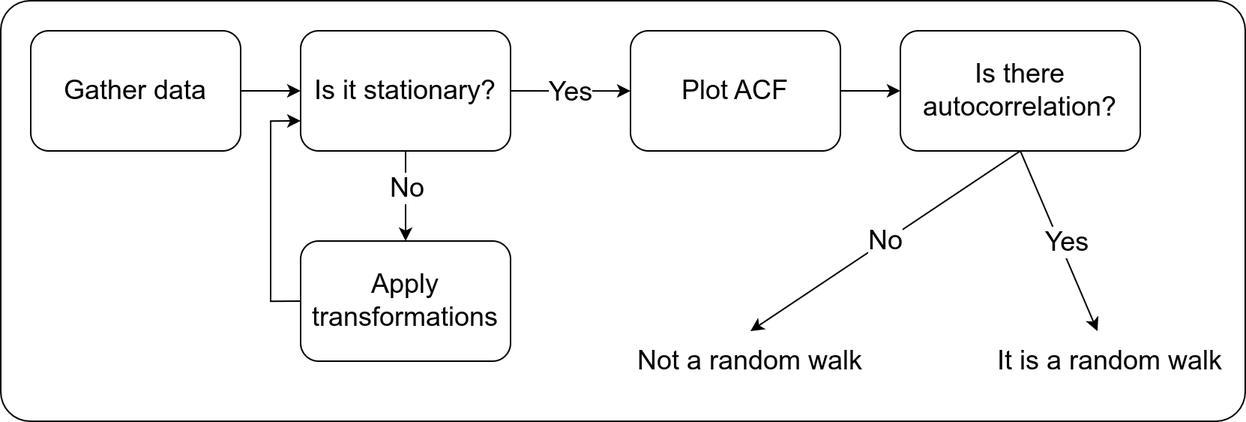
LugoBlogger/SI-201-542-forecasting-technique keeps this draw.io diagram as figures/identify-stationary.drawio.png. Above is the earlier version. Source tidied: cells renumbered, new cells last; positions are measured from the earlier drawing's top-left corner, leaving out a move shared by most shapes. Its diagram source:
```xml
<mxGraphModel>
  <root>
    <mxCell id="0" />
    <mxCell id="1" parent="0" />
    <mxCell id="2" style="edgeStyle=orthogonalEdgeStyle;rounded=0;jettySize=auto;html=1;exitX=1;exitY=0.5;exitDx=0;exitDy=0;entryX=0;entryY=0.5;entryDx=0;entryDy=0;" parent="1" edge="1" source="3" target="8">
      <mxGeometry relative="1" as="geometry" />
    </mxCell>
    <mxCell id="3" value="&lt;font style=&quot;font-size: 18px;&quot;&gt;Gather data&lt;/font&gt;" style="rounded=1;whiteSpace=wrap;html=1;" parent="1" vertex="1">
      <mxGeometry x="20" y="20" width="140" height="80" as="geometry" />
    </mxCell>
    <mxCell id="4" style="edgeStyle=orthogonalEdgeStyle;rounded=0;jettySize=auto;html=1;exitX=1;exitY=0.5;exitDx=0;exitDy=0;entryX=0;entryY=0.5;entryDx=0;entryDy=0;spacing=12;" parent="1" edge="1" source="8" target="10">
      <mxGeometry relative="1" as="geometry">
        <Array as="points">
          <mxPoint x="420" y="60" />
          <mxPoint x="420" y="60" />
        </Array>
      </mxGeometry>
    </mxCell>
    <mxCell id="5" value="&lt;font style=&quot;font-size: 18px;&quot;&gt;Yes&lt;/font&gt;" style="edgeLabel;html=1;align=center;verticalAlign=middle;spacing=3;spacingLeft=0;" parent="4" vertex="1">
      <mxGeometry x="-0.19" relative="1" as="geometry">
        <mxPoint x="7" as="offset" />
      </mxGeometry>
    </mxCell>
    <mxCell id="6" style="edgeStyle=orthogonalEdgeStyle;rounded=0;jettySize=auto;html=1;exitX=0.5;exitY=1;exitDx=0;exitDy=0;entryX=0.5;entryY=0;entryDx=0;entryDy=0;" parent="1" edge="1" source="8" target="12">
      <mxGeometry relative="1" as="geometry" />
    </mxCell>
    <mxCell id="7" value="&lt;font style=&quot;font-size: 18px;&quot;&gt;No&lt;/font&gt;" style="edgeLabel;html=1;align=center;verticalAlign=middle;" parent="6" vertex="1">
      <mxGeometry x="-0.17" relative="1" as="geometry" />
    </mxCell>
    <mxCell id="8" value="&lt;font style=&quot;font-size: 18px;&quot;&gt;Is it stationary?&lt;/font&gt;" style="rounded=1;whiteSpace=wrap;html=1;" parent="1" vertex="1">
      <mxGeometry x="200" y="20" width="140" height="80" as="geometry" />
    </mxCell>
    <mxCell id="9" style="edgeStyle=orthogonalEdgeStyle;rounded=0;jettySize=auto;html=1;exitX=1;exitY=0.5;exitDx=0;exitDy=0;entryX=0;entryY=0.5;entryDx=0;entryDy=0;" parent="1" edge="1" source="10" target="16">
      <mxGeometry relative="1" as="geometry" />
    </mxCell>
    <mxCell id="10" value="&lt;font style=&quot;font-size: 18px;&quot;&gt;Plot ACF&lt;/font&gt;" style="rounded=1;whiteSpace=wrap;html=1;" parent="1" vertex="1">
      <mxGeometry x="420" y="20" width="140" height="80" as="geometry" />
    </mxCell>
    <mxCell id="11" style="edgeStyle=orthogonalEdgeStyle;rounded=0;jettySize=auto;html=1;exitX=0;exitY=0.5;exitDx=0;exitDy=0;entryX=0;entryY=0.75;entryDx=0;entryDy=0;" parent="1" edge="1" source="12" target="8">
      <mxGeometry relative="1" as="geometry" />
    </mxCell>
    <mxCell id="12" value="&lt;font style=&quot;font-size: 18px;&quot;&gt;Apply transformations&lt;/font&gt;" style="rounded=1;whiteSpace=wrap;html=1;" parent="1" vertex="1">
      <mxGeometry x="200" y="160" width="140" height="80" as="geometry" />
    </mxCell>
    <mxCell id="13" value="&lt;font style=&quot;font-size: 18px;&quot;&gt;No&lt;/font&gt;" style="rounded=0;jettySize=auto;html=1;exitX=0.5;exitY=1;exitDx=0;exitDy=0;entryX=0.5;entryY=0;entryDx=0;entryDy=0;" parent="1" edge="1" source="16" target="17">
      <mxGeometry relative="1" as="geometry" />
    </mxCell>
    <mxCell id="14" style="rounded=0;jettySize=auto;html=1;exitX=0.5;exitY=1;exitDx=0;exitDy=0;" parent="1" edge="1" source="16" target="18">
      <mxGeometry relative="1" as="geometry" />
    </mxCell>
    <mxCell id="15" value="&lt;font style=&quot;font-size: 18px;&quot;&gt;Yes&lt;/font&gt;" style="edgeLabel;html=1;align=center;verticalAlign=middle;" parent="14" vertex="1">
      <mxGeometry x="-0.28" y="-1" relative="1" as="geometry">
        <mxPoint x="12" y="16" as="offset" />
      </mxGeometry>
    </mxCell>
    <mxCell id="16" value="&lt;font style=&quot;font-size: 18px;&quot;&gt;Is there autocorrelation?&lt;/font&gt;" style="rounded=1;whiteSpace=wrap;html=1;" parent="1" vertex="1">
      <mxGeometry x="600" y="20" width="160" height="80" as="geometry" />
    </mxCell>
    <mxCell id="17" value="&lt;font style=&quot;font-size: 18px;&quot;&gt;Not a random walk&lt;/font&gt;" style="text;html=1;strokeColor=none;fillColor=none;align=center;verticalAlign=middle;whiteSpace=wrap;rounded=0;" parent="1" vertex="1">
      <mxGeometry x="420" y="220" width="160" height="40" as="geometry" />
    </mxCell>
    <mxCell id="18" value="&lt;font style=&quot;font-size: 18px;&quot;&gt;It is a random walk&lt;/font&gt;" style="text;html=1;strokeColor=none;fillColor=none;align=center;verticalAlign=middle;whiteSpace=wrap;rounded=0;" parent="1" vertex="1">
      <mxGeometry x="660" y="220" width="160" height="40" as="geometry" />
    </mxCell>
    <mxCell id="19" style="rounded=1;whiteSpace=wrap;html=1;fillColor=none;arcSize=7;" parent="1" vertex="1">
      <mxGeometry width="830" height="280" as="geometry" />
    </mxCell>
  </root>
</mxGraphModel>
```
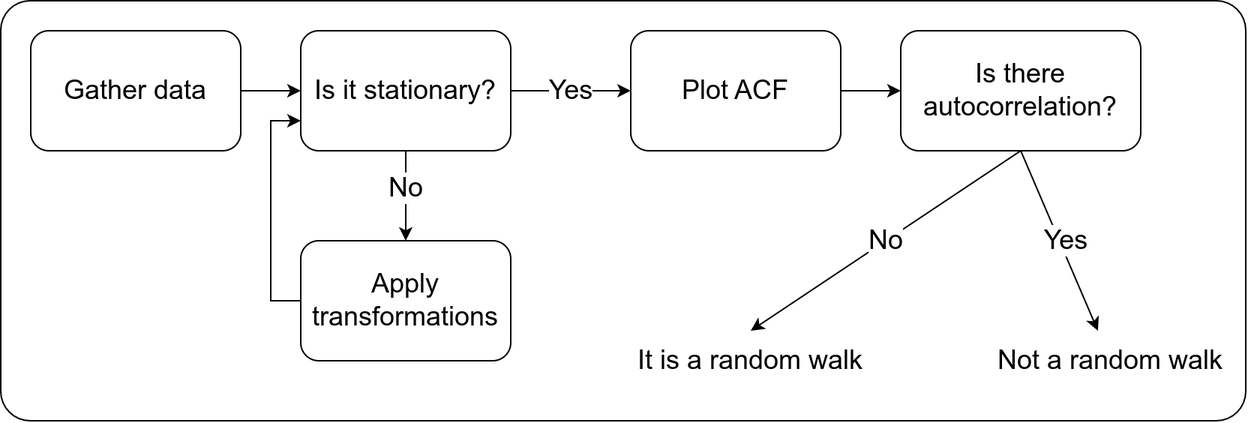
After the change.

The edit, as a diff of the source:
```diff
@@ -2,68 +2,68 @@
   <root>
     <mxCell id="0" />
     <mxCell id="1" parent="0" />
-    <mxCell id="2" style="edgeStyle=orthogonalEdgeStyle;rounded=0;jettySize=auto;html=1;exitX=1;exitY=0.5;exitDx=0;exitDy=0;entryX=0;entryY=0.5;entryDx=0;entryDy=0;" parent="1" edge="1" source="3" target="8">
-      <mxGeometry relative="1" as="geometry" />
+    <mxCell id="2" style="rounded=1;whiteSpace=wrap;html=1;fillColor=none;arcSize=7;" parent="1" vertex="1">
+      <mxGeometry width="830" height="280" as="geometry" />
     </mxCell>
-    <mxCell id="3" value="&lt;font style=&quot;font-size: 18px;&quot;&gt;Gather data&lt;/font&gt;" style="rounded=1;whiteSpace=wrap;html=1;" parent="1" vertex="1">
-      <mxGeometry x="20" y="20" width="140" height="80" as="geometry" />
+    <mxCell id="3" style="edgeStyle=orthogonalEdgeStyle;rounded=0;jettySize=auto;html=1;exitX=1;exitY=0.5;exitDx=0;exitDy=0;entryX=0;entryY=0.5;entryDx=0;entryDy=0;" parent="1" edge="1" source="4" target="9">
+      <mxGeometry relative="1" as="geometry" />
     </mxCell>
-    <mxCell id="4" style="edgeStyle=orthogonalEdgeStyle;rounded=0;jettySize=auto;html=1;exitX=1;exitY=0.5;exitDx=0;exitDy=0;entryX=0;entryY=0.5;entryDx=0;entryDy=0;spacing=12;" parent="1" edge="1" source="8" target="10">
-      <mxGeometry relative="1" as="geometry">
-        <Array as="points">
-          <mxPoint x="420" y="60" />
-          <mxPoint x="420" y="60" />
-        </Array>
-      </mxGeometry>
+    <mxCell id="4" value="&lt;font style=&quot;font-size: 18px;&quot;&gt;Gather data&lt;/font&gt;" style="rounded=1;whiteSpace=wrap;html=1;" parent="1" vertex="1">
+      <mxGeometry x="20" y="20" width="140" height="80" as="geometry" />
     </mxCell>
-    <mxCell id="5" value="&lt;font style=&quot;font-size: 18px;&quot;&gt;Yes&lt;/font&gt;" style="edgeLabel;html=1;align=center;verticalAlign=middle;spacing=3;spacingLeft=0;" parent="4" vertex="1">
-      <mxGeometry x="-0.19" relative="1" as="geometry">
-        <mxPoint x="7" as="offset" />
+    <mxCell id="5" style="edgeStyle=orthogonalEdgeStyle;rounded=0;jettySize=auto;html=1;exitX=1;exitY=0.5;exitDx=0;exitDy=0;entryX=0;entryY=0.5;entryDx=0;entryDy=0;spacing=12;" parent="1" edge="1" source="9" target="11">
+      <mxGeometry relative="1" as="geometry">
+        <Array as="points">
+          <mxPoint x="420" y="60" />
+          <mxPoint x="420" y="60" />
+        </Array>
       </mxGeometry>
     </mxCell>
-    <mxCell id="6" style="edgeStyle=orthogonalEdgeStyle;rounded=0;jettySize=auto;html=1;exitX=0.5;exitY=1;exitDx=0;exitDy=0;entryX=0.5;entryY=0;entryDx=0;entryDy=0;" parent="1" edge="1" source="8" target="12">
-      <mxGeometry relative="1" as="geometry" />
+    <mxCell id="6" value="&lt;font style=&quot;font-size: 18px;&quot;&gt;Yes&lt;/font&gt;" style="edgeLabel;html=1;align=center;verticalAlign=middle;spacing=3;spacingLeft=0;" parent="5" vertex="1">
+      <mxGeometry x="-0.19" relative="1" as="geometry">
+        <mxPoint x="7" as="offset" />
+      </mxGeometry>
     </mxCell>
-    <mxCell id="7" value="&lt;font style=&quot;font-size: 18px;&quot;&gt;No&lt;/font&gt;" style="edgeLabel;html=1;align=center;verticalAlign=middle;" parent="6" vertex="1">
-      <mxGeometry x="-0.17" relative="1" as="geometry" />
+    <mxCell id="7" style="edgeStyle=orthogonalEdgeStyle;rounded=0;jettySize=auto;html=1;exitX=0.5;exitY=1;exitDx=0;exitDy=0;entryX=0.5;entryY=0;entryDx=0;entryDy=0;" parent="1" edge="1" source="9" target="13">
+      <mxGeometry relative="1" as="geometry" />
     </mxCell>
-    <mxCell id="8" value="&lt;font style=&quot;font-size: 18px;&quot;&gt;Is it stationary?&lt;/font&gt;" style="rounded=1;whiteSpace=wrap;html=1;" parent="1" vertex="1">
-      <mxGeometry x="200" y="20" width="140" height="80" as="geometry" />
+    <mxCell id="8" value="&lt;font style=&quot;font-size: 18px;&quot;&gt;No&lt;/font&gt;" style="edgeLabel;html=1;align=center;verticalAlign=middle;points=[];" parent="7" vertex="1">
+      <mxGeometry x="-0.17" relative="1" as="geometry" />
     </mxCell>
-    <mxCell id="9" style="edgeStyle=orthogonalEdgeStyle;rounded=0;jettySize=auto;html=1;exitX=1;exitY=0.5;exitDx=0;exitDy=0;entryX=0;entryY=0.5;entryDx=0;entryDy=0;" parent="1" edge="1" source="10" target="16">
-      <mxGeometry relative="1" as="geometry" />
+    <mxCell id="9" value="&lt;font style=&quot;font-size: 18px;&quot;&gt;Is it stationary?&lt;/font&gt;" style="rounded=1;whiteSpace=wrap;html=1;" parent="1" vertex="1">
+      <mxGeometry x="200" y="20" width="140" height="80" as="geometry" />
     </mxCell>
-    <mxCell id="10" value="&lt;font style=&quot;font-size: 18px;&quot;&gt;Plot ACF&lt;/font&gt;" style="rounded=1;whiteSpace=wrap;html=1;" parent="1" vertex="1">
-      <mxGeometry x="420" y="20" width="140" height="80" as="geometry" />
+    <mxCell id="10" style="edgeStyle=orthogonalEdgeStyle;rounded=0;jettySize=auto;html=1;exitX=1;exitY=0.5;exitDx=0;exitDy=0;entryX=0;entryY=0.5;entryDx=0;entryDy=0;" parent="1" edge="1" source="11" target="17">
+      <mxGeometry relative="1" as="geometry" />
     </mxCell>
-    <mxCell id="11" style="edgeStyle=orthogonalEdgeStyle;rounded=0;jettySize=auto;html=1;exitX=0;exitY=0.5;exitDx=0;exitDy=0;entryX=0;entryY=0.75;entryDx=0;entryDy=0;" parent="1" edge="1" source="12" target="8">
-      <mxGeometry relative="1" as="geometry" />
+    <mxCell id="11" value="&lt;font style=&quot;font-size: 18px;&quot;&gt;Plot ACF&lt;/font&gt;" style="rounded=1;whiteSpace=wrap;html=1;" parent="1" vertex="1">
+      <mxGeometry x="420" y="20" width="140" height="80" as="geometry" />
     </mxCell>
-    <mxCell id="12" value="&lt;font style=&quot;font-size: 18px;&quot;&gt;Apply transformations&lt;/font&gt;" style="rounded=1;whiteSpace=wrap;html=1;" parent="1" vertex="1">
-      <mxGeometry x="200" y="160" width="140" height="80" as="geometry" />
+    <mxCell id="12" style="edgeStyle=orthogonalEdgeStyle;rounded=0;jettySize=auto;html=1;exitX=0;exitY=0.5;exitDx=0;exitDy=0;entryX=0;entryY=0.75;entryDx=0;entryDy=0;" parent="1" edge="1" source="13" target="9">
+      <mxGeometry relative="1" as="geometry" />
     </mxCell>
-    <mxCell id="13" value="&lt;font style=&quot;font-size: 18px;&quot;&gt;No&lt;/font&gt;" style="rounded=0;jettySize=auto;html=1;exitX=0.5;exitY=1;exitDx=0;exitDy=0;entryX=0.5;entryY=0;entryDx=0;entryDy=0;" parent="1" edge="1" source="16" target="17">
-      <mxGeometry relative="1" as="geometry" />
+    <mxCell id="13" value="&lt;font style=&quot;font-size: 18px;&quot;&gt;Apply transformations&lt;/font&gt;" style="rounded=1;whiteSpace=wrap;html=1;" parent="1" vertex="1">
+      <mxGeometry x="200" y="160" width="140" height="80" as="geometry" />
     </mxCell>
-    <mxCell id="14" style="rounded=0;jettySize=auto;html=1;exitX=0.5;exitY=1;exitDx=0;exitDy=0;" parent="1" edge="1" source="16" target="18">
+    <mxCell id="14" value="&lt;span style=&quot;font-size: 18px;&quot;&gt;No&lt;/span&gt;" style="rounded=0;jettySize=auto;html=1;exitX=0.5;exitY=1;exitDx=0;exitDy=0;entryX=0.5;entryY=0;entryDx=0;entryDy=0;" parent="1" edge="1" source="17" target="18">
       <mxGeometry relative="1" as="geometry" />
     </mxCell>
-    <mxCell id="15" value="&lt;font style=&quot;font-size: 18px;&quot;&gt;Yes&lt;/font&gt;" style="edgeLabel;html=1;align=center;verticalAlign=middle;" parent="14" vertex="1">
-      <mxGeometry x="-0.28" y="-1" relative="1" as="geometry">
-        <mxPoint x="12" y="16" as="offset" />
-      </mxGeometry>
+    <mxCell id="15" style="rounded=0;jettySize=auto;html=1;exitX=0.5;exitY=1;exitDx=0;exitDy=0;" parent="1" edge="1" source="17" target="19">
+      <mxGeometry relative="1" as="geometry" />
     </mxCell>
-    <mxCell id="16" value="&lt;font style=&quot;font-size: 18px;&quot;&gt;Is there autocorrelation?&lt;/font&gt;" style="rounded=1;whiteSpace=wrap;html=1;" parent="1" vertex="1">
-      <mxGeometry x="600" y="20" width="160" height="80" as="geometry" />
+    <mxCell id="16" value="&lt;span style=&quot;font-size: 18px;&quot;&gt;Yes&lt;/span&gt;" style="edgeLabel;html=1;align=center;verticalAlign=middle;points=[];" parent="15" vertex="1">
+      <mxGeometry x="-0.28" y="-1" relative="1" as="geometry">
+        <mxPoint x="12" y="16" as="offset" />
+      </mxGeometry>
     </mxCell>
-    <mxCell id="17" value="&lt;font style=&quot;font-size: 18px;&quot;&gt;Not a random walk&lt;/font&gt;" style="text;html=1;strokeColor=none;fillColor=none;align=center;verticalAlign=middle;whiteSpace=wrap;rounded=0;" parent="1" vertex="1">
-      <mxGeometry x="420" y="220" width="160" height="40" as="geometry" />
+    <mxCell id="17" value="&lt;font style=&quot;font-size: 18px;&quot;&gt;Is there autocorrelation?&lt;/font&gt;" style="rounded=1;whiteSpace=wrap;html=1;" parent="1" vertex="1">
+      <mxGeometry x="600" y="20" width="160" height="80" as="geometry" />
     </mxCell>
-    <mxCell id="18" value="&lt;font style=&quot;font-size: 18px;&quot;&gt;It is a random walk&lt;/font&gt;" style="text;html=1;strokeColor=none;fillColor=none;align=center;verticalAlign=middle;whiteSpace=wrap;rounded=0;" parent="1" vertex="1">
-      <mxGeometry x="660" y="220" width="160" height="40" as="geometry" />
+    <mxCell id="18" value="&lt;span style=&quot;font-size: 18px;&quot;&gt;It is a random walk&lt;/span&gt;" style="text;html=1;strokeColor=none;fillColor=none;align=center;verticalAlign=middle;whiteSpace=wrap;rounded=0;" parent="1" vertex="1">
+      <mxGeometry x="420" y="220" width="160" height="40" as="geometry" />
     </mxCell>
-    <mxCell id="19" style="rounded=1;whiteSpace=wrap;html=1;fillColor=none;arcSize=7;" parent="1" vertex="1">
-      <mxGeometry width="830" height="280" as="geometry" />
+    <mxCell id="19" value="&lt;span style=&quot;font-size: 18px;&quot;&gt;Not a random walk&lt;/span&gt;" style="text;html=1;strokeColor=none;fillColor=none;align=center;verticalAlign=middle;whiteSpace=wrap;rounded=0;" parent="1" vertex="1">
+      <mxGeometry x="660" y="220" width="160" height="40" as="geometry" />
     </mxCell>
   </root>
 </mxGraphModel>
```
